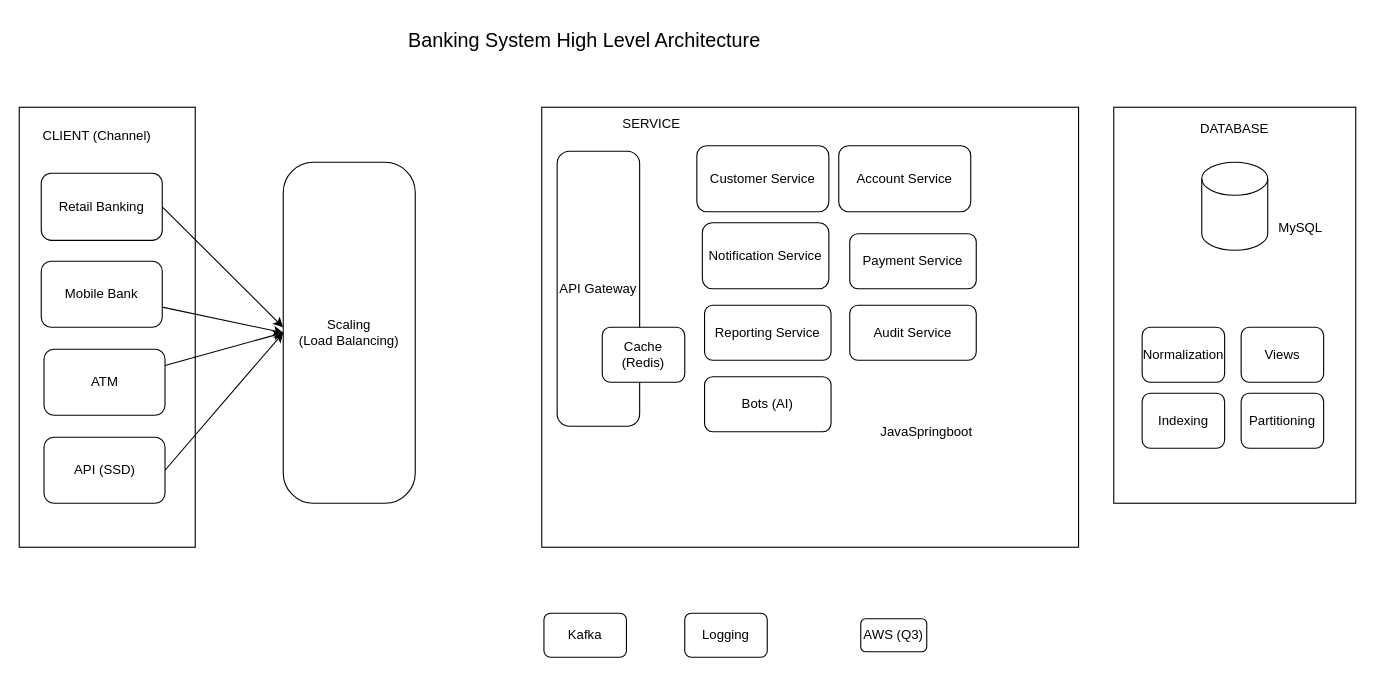
Earlier version of the draw.io diagram resources/Banking App Diagram.drawio (AkhoMngqibisa/java-backend-study-group). Source tidied: cells renumbered, new cells numbered last; positions are measured from the earlier drawing's top-left corner, leaving out a move shared by most shapes. Both pictures are drawn from the tidied source at 110%, with x=0, y=0 at pixel (19, 19).
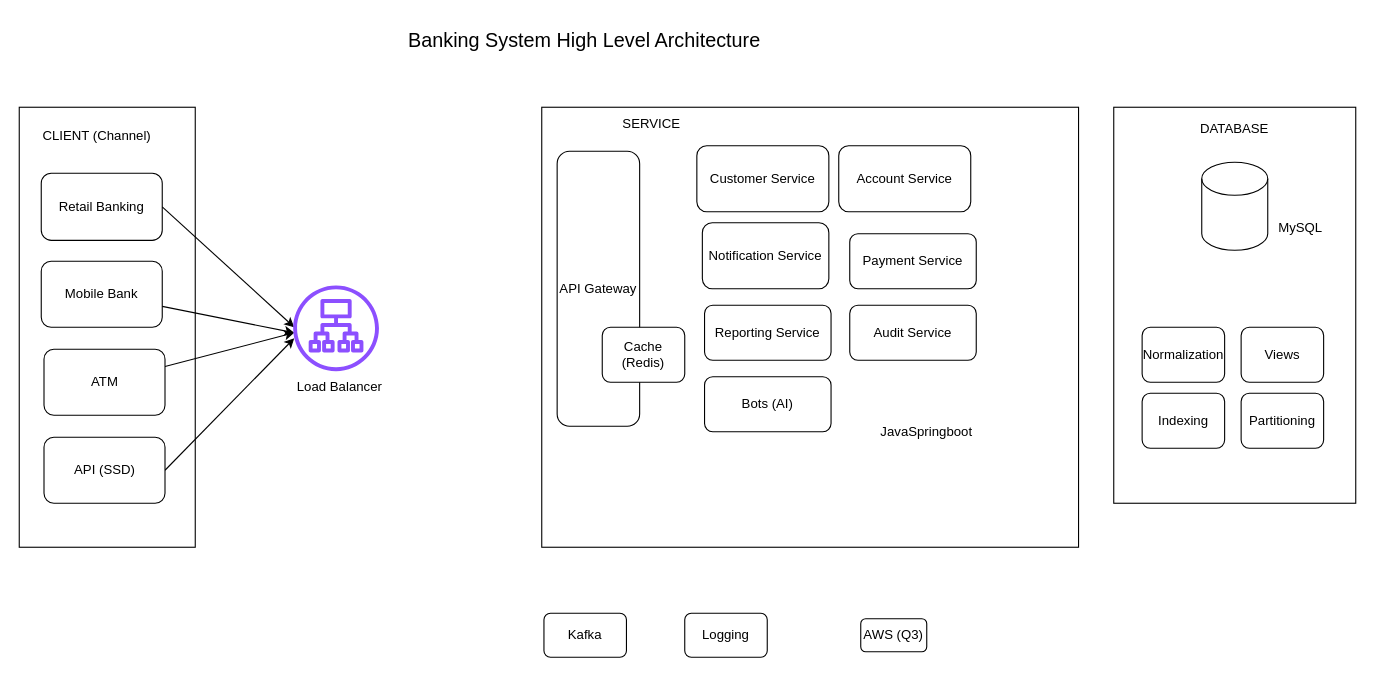
The same page after the edit.

Commit message:
feat: add load balancing

The change refers to these unchanged cells:
```xml
<mxCell id="5" value="Retail Banking" style="rounded=1;whiteSpace=wrap;html=1;" parent="1" vertex="1">
  <mxGeometry x="20" y="140" width="110" height="61" as="geometry" />
</mxCell>
<mxCell id="7" value="ATM" style="rounded=1;whiteSpace=wrap;html=1;" parent="1" vertex="1">
  <mxGeometry x="22.5" y="300" width="110" height="60" as="geometry" />
</mxCell>
<mxCell id="8" value="Mobile Bank" style="rounded=1;whiteSpace=wrap;html=1;" parent="1" vertex="1">
  <mxGeometry x="20" y="220" width="110" height="60" as="geometry" />
</mxCell>
<mxCell id="10" value="API (SSD)" style="rounded=1;whiteSpace=wrap;html=1;" parent="1" vertex="1">
  <mxGeometry x="22.5" y="380" width="110" height="60" as="geometry" />
</mxCell>
```

The edit, as a diff of the source:
```diff
@@
-    <mxCell id="6" style="rounded=0;jettySize=auto;html=1;entryX=0;entryY=0.5;entryDx=0;entryDy=0;" parent="1" edge="1" source="7" target="27">
-      <mxGeometry relative="1" as="geometry" />
+    <mxCell id="6" style="rounded=0;jettySize=auto;html=1;entryX=0;entryY=0.5;entryDx=0;entryDy=0;" parent="1" edge="1" source="7">
+      <mxGeometry relative="1" as="geometry">
+        <mxPoint x="250" y="285" as="targetPoint" />
+      </mxGeometry>
     </mxCell>
@@
-    <mxCell id="9" style="rounded=0;jettySize=auto;html=1;entryX=0;entryY=0.5;entryDx=0;entryDy=0;exitX=1;exitY=0.5;exitDx=0;exitDy=0;" parent="1" edge="1" source="10" target="27">
-      <mxGeometry relative="1" as="geometry" />
+    <mxCell id="9" style="rounded=0;jettySize=auto;html=1;exitX=1;exitY=0.5;exitDx=0;exitDy=0;" parent="1" edge="1" source="10">
+      <mxGeometry relative="1" as="geometry">
+        <mxPoint x="250" y="290" as="targetPoint" />
+      </mxGeometry>
     </mxCell>
@@
-    <mxCell id="27" value="Scaling&lt;br&gt;(Load Balancing)" style="rounded=1;whiteSpace=wrap;html=1;arcSize=23;" parent="1" vertex="1">
-      <mxGeometry x="240" y="130" width="120" height="310" as="geometry" />
-    </mxCell>
@@
     <mxCell id="35" style="rounded=0;jettySize=auto;html=1;exitX=1;exitY=0.5;exitDx=0;exitDy=0;" parent="1" edge="1" source="5">
       <mxGeometry relative="1" as="geometry">
-        <mxPoint x="239.9" y="280" as="targetPoint" />
+        <mxPoint x="250" y="280" as="targetPoint" />
       </mxGeometry>
     </mxCell>
-    <mxCell id="36" style="rounded=0;jettySize=auto;html=1;entryX=0;entryY=0.5;entryDx=0;entryDy=0;" parent="1" edge="1" source="8" target="27">
-      <mxGeometry relative="1" as="geometry" />
+    <mxCell id="36" style="rounded=0;jettySize=auto;html=1;entryX=0;entryY=0.5;entryDx=0;entryDy=0;" parent="1" edge="1" source="8">
+      <mxGeometry relative="1" as="geometry">
+        <mxPoint x="250" y="285" as="targetPoint" />
+      </mxGeometry>
     </mxCell>
+    <mxCell id="37" style="sketch=0;fontColor=#232F3E;gradientColor=none;fillColor=#8C4FFF;strokeColor=none;dashed=0;verticalLabelPosition=bottom;verticalAlign=top;align=center;html=1;fontSize=12;fontStyle=0;shape=mxgraph.aws4.application_load_balancer;" parent="1" vertex="1">
+      <mxGeometry x="249" y="242" width="78" height="78" as="geometry" />
+    </mxCell>
+    <mxCell id="38" value="Load Balancer" style="text;html=1;whiteSpace=wrap;strokeColor=none;fillColor=none;align=center;verticalAlign=middle;rounded=0;" parent="1" vertex="1">
+      <mxGeometry x="233.5" y="319" width="115" height="30" as="geometry" />
+    </mxCell>
```
